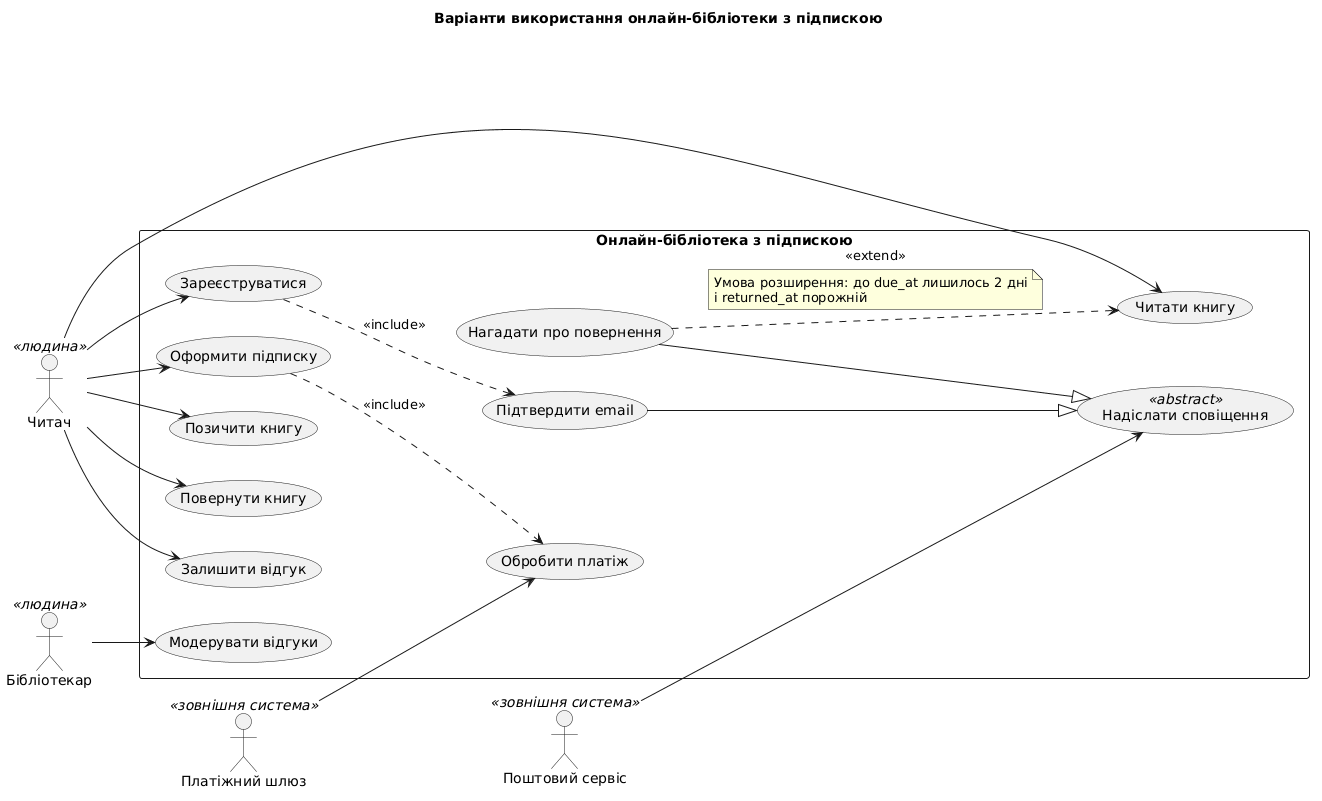
Earlier version of the PlantUML export Labs/lab2-usecases/renders/usecase.png (sanyalovemoney/KPI_labs).
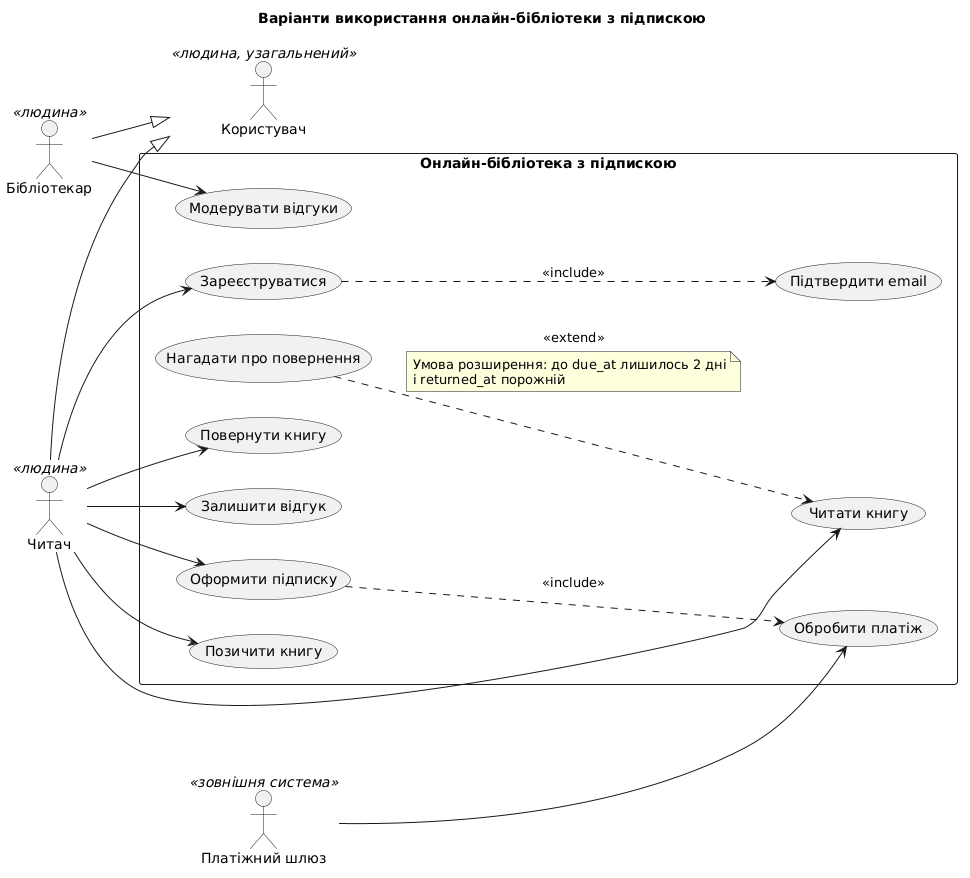
Above is the later version.

Commit message:
lab2: модель v2 - без пошти, узагальнення акторів

Diff of the diagram source:
```diff
@@ -4,10 +4,13 @@
 
 title Варіанти використання онлайн-бібліотеки з підпискою
 
+actor "Користувач" as user <<людина, узагальнений>>
 actor "Читач" as reader <<людина>>
 actor "Бібліотекар" as librarian <<людина>>
 actor "Платіжний шлюз" as gateway <<зовнішня система>>
-actor "Поштовий сервіс" as mailer <<зовнішня система>>
+
+reader --|> user
+librarian --|> user
 
 rectangle "Онлайн-бібліотека з підпискою" {
   usecase "Зареєструватися" as UC01
@@ -20,7 +23,6 @@
   usecase "Повернути книгу" as UC08
   usecase "Залишити відгук" as UC09
   usecase "Модерувати відгуки" as UC10
-  usecase "Надіслати сповіщення" as UC11 <<abstract>>
 }
 
 reader --> UC01
@@ -32,7 +34,6 @@
 librarian --> UC10
 
 gateway --> UC04
-mailer --> UC11
 
 UC01 ..> UC02 : <<include>>
 UC03 ..> UC04 : <<include>>
@@ -41,7 +42,4 @@
   Умова розширення: до due_at лишилось 2 дні
   і returned_at порожній
 end note
-
-UC02 --|> UC11
-UC07 --|> UC11
 @enduml
```
